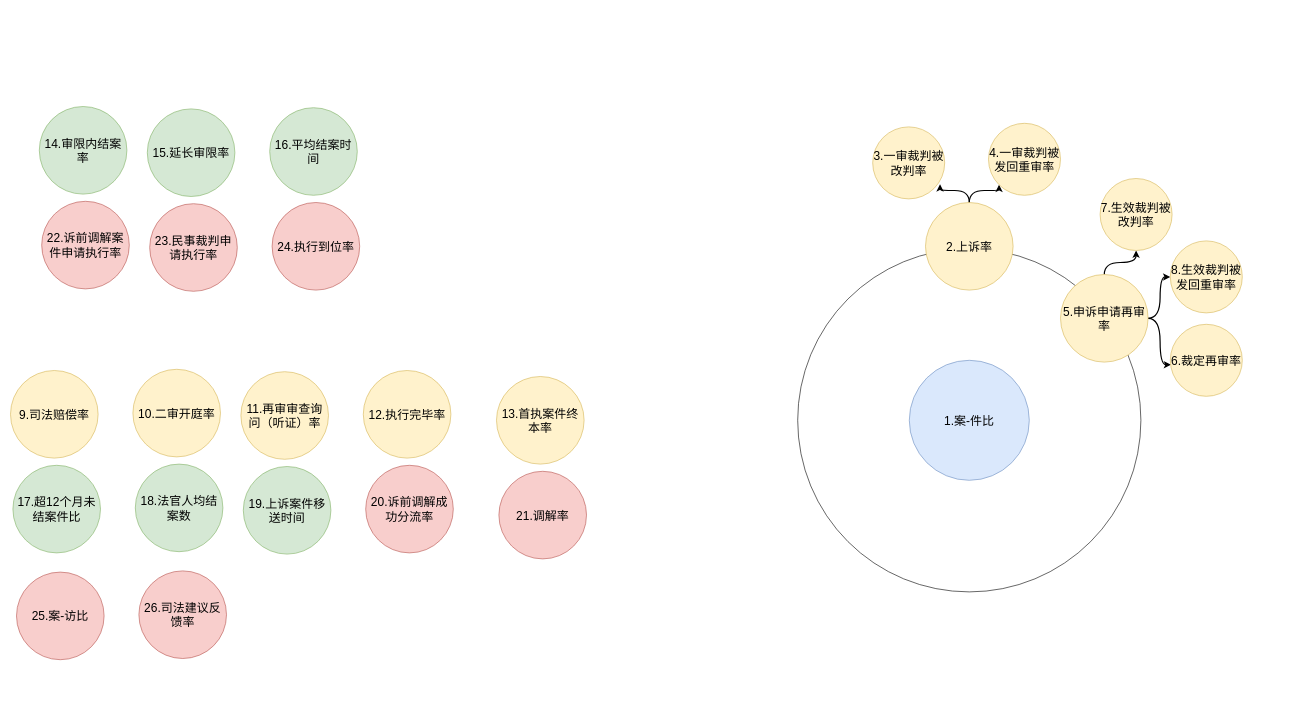
iceman-wzg/myfirst keeps this draw.io diagram as 26项指标关系图.drawio. Above is the earlier version. Source tidied: cells renumbered, new cells numbered last; positions are measured from the earlier drawing's top-left corner, leaving out a move shared by most shapes. Both pictures are drawn from the tidied source at 60%, with x=0, y=0 at pixel (10, 106).
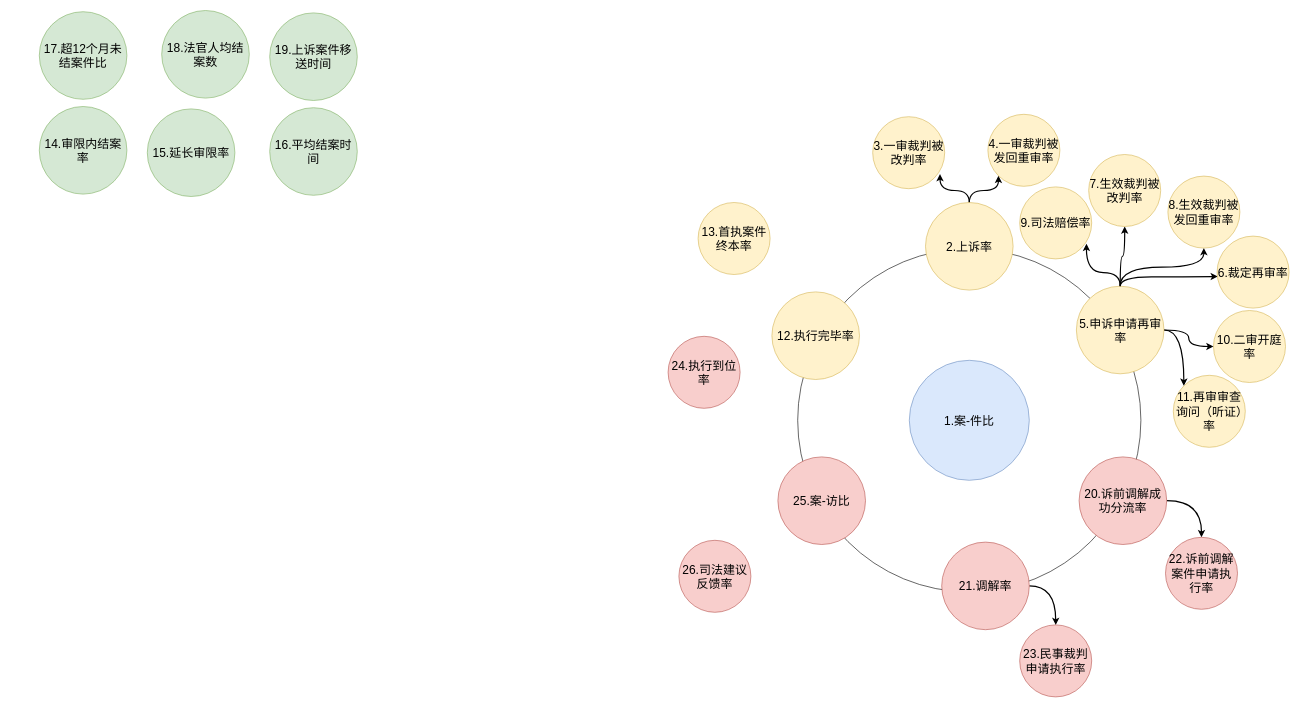
After the change.

Commit message (it also covers changes not shown here):
更新26项指标关系图.drawio

Change to the diagram source:
```diff
@@
     <mxCell id="3" value="9.司法赔偿率" style="ellipse;whiteSpace=wrap;html=1;fontSize=20;fillColor=#fff2cc;strokeColor=#d6b656;" parent="1" vertex="1">
-      <mxGeometry y="440" width="146" height="146" as="geometry" />
+      <mxGeometry x="1682" y="134" width="120" height="120" as="geometry" />
     </mxCell>
@@
     <mxCell id="5" value="10.二审开庭率" style="ellipse;whiteSpace=wrap;html=1;fontSize=20;fillColor=#fff2cc;strokeColor=#d6b656;" parent="1" vertex="1">
-      <mxGeometry x="204" y="438" width="146" height="146" as="geometry" />
+      <mxGeometry x="2005" y="340" width="120" height="120" as="geometry" />
     </mxCell>
@@
     <mxCell id="9" value="11.再审审查询问（听证）率" style="ellipse;whiteSpace=wrap;html=1;fontSize=20;fillColor=#fff2cc;strokeColor=#d6b656;" parent="1" vertex="1">
-      <mxGeometry x="384" y="442" width="146" height="146" as="geometry" />
+      <mxGeometry x="1938" y="448" width="120" height="120" as="geometry" />
     </mxCell>
     <mxCell id="10" value="3.一审裁判被改判率" style="ellipse;whiteSpace=wrap;html=1;fontSize=20;fillColor=#fff2cc;strokeColor=#d6b656;" parent="1" vertex="1">
-      <mxGeometry x="1437" y="34" width="120" height="120" as="geometry" />
+      <mxGeometry x="1437" y="17" width="120" height="120" as="geometry" />
     </mxCell>
     <mxCell id="11" value="12.执行完毕率" style="ellipse;whiteSpace=wrap;html=1;fontSize=20;fillColor=#fff2cc;strokeColor=#d6b656;" parent="1" vertex="1">
-      <mxGeometry x="588" y="440" width="146" height="146" as="geometry" />
+      <mxGeometry x="1269" y="309" width="146" height="146" as="geometry" />
     </mxCell>
     <mxCell id="12" value="4.一审裁判被发回重审率" style="ellipse;whiteSpace=wrap;html=1;fontSize=20;fillColor=#fff2cc;strokeColor=#d6b656;" parent="1" vertex="1">
-      <mxGeometry x="1630" y="28" width="120" height="120" as="geometry" />
+      <mxGeometry x="1629" y="13" width="120" height="120" as="geometry" />
     </mxCell>
     <mxCell id="13" value="25.案-访比" style="ellipse;whiteSpace=wrap;html=1;fontSize=20;fillColor=#f8cecc;strokeColor=#b85450;" parent="1" vertex="1">
-      <mxGeometry x="10" y="776" width="146" height="146" as="geometry" />
+      <mxGeometry x="1279" y="584" width="146" height="146" as="geometry" />
     </mxCell>
     <mxCell id="14" value="17.超12个月未结案件比" style="ellipse;whiteSpace=wrap;html=1;fontSize=20;fillColor=#d5e8d4;strokeColor=#82b366;" parent="1" vertex="1">
-      <mxGeometry x="4" y="598" width="146" height="146" as="geometry" />
+      <mxGeometry x="48" y="-158" width="146" height="146" as="geometry" />
     </mxCell>
     <mxCell id="15" value="26.司法建议反馈率" style="ellipse;whiteSpace=wrap;html=1;fontSize=20;fillColor=#f8cecc;strokeColor=#b85450;" parent="1" vertex="1">
-      <mxGeometry x="214" y="774" width="146" height="146" as="geometry" />
+      <mxGeometry x="1114" y="723" width="120" height="120" as="geometry" />
     </mxCell>
     <mxCell id="16" value="18.法官人均结案数" style="ellipse;whiteSpace=wrap;html=1;fontSize=20;fillColor=#d5e8d4;strokeColor=#82b366;" parent="1" vertex="1">
-      <mxGeometry x="208" y="596" width="146" height="146" as="geometry" />
+      <mxGeometry x="252" y="-160" width="146" height="146" as="geometry" />
     </mxCell>
     <mxCell id="17" value="19.上诉案件移送时间" style="ellipse;whiteSpace=wrap;html=1;fontSize=20;fillColor=#d5e8d4;strokeColor=#82b366;" parent="1" vertex="1">
-      <mxGeometry x="388" y="600" width="146" height="146" as="geometry" />
+      <mxGeometry x="432" y="-156" width="146" height="146" as="geometry" />
     </mxCell>
+    <mxCell id="34" style="edgeStyle=orthogonalEdgeStyle;rounded=0;jettySize=auto;html=1;entryX=0.5;entryY=0;entryDx=0;entryDy=0;exitX=1;exitY=0.5;exitDx=0;exitDy=0;strokeWidth=2;curved=1;" parent="1" edge="1" source="18" target="31">
+      <mxGeometry relative="1" as="geometry" />
+    </mxCell>
     <mxCell id="18" value="20.诉前调解成功分流率" style="ellipse;whiteSpace=wrap;html=1;fontSize=20;fillColor=#f8cecc;strokeColor=#b85450;" parent="1" vertex="1">
-      <mxGeometry x="592" y="598" width="146" height="146" as="geometry" />
+      <mxGeometry x="1781" y="584" width="146" height="146" as="geometry" />
     </mxCell>
     <mxCell id="19" value="13.首执案件终本率" style="ellipse;whiteSpace=wrap;html=1;fontSize=20;fillColor=#fff2cc;strokeColor=#d6b656;" parent="1" vertex="1">
-      <mxGeometry x="810" y="450" width="146" height="146" as="geometry" />
+      <mxGeometry x="1146" y="160" width="120" height="120" as="geometry" />
     </mxCell>
@@
-    <mxCell id="21" style="edgeStyle=orthogonalEdgeStyle;rounded=0;jettySize=auto;html=1;curved=1;strokeWidth=2;entryX=0.01;entryY=0.561;entryDx=0;entryDy=0;entryPerimeter=0;" parent="1" edge="1" source="23" target="25">
-      <mxGeometry relative="1" as="geometry" />
+    <mxCell id="21" style="edgeStyle=orthogonalEdgeStyle;rounded=0;jettySize=auto;html=1;curved=1;strokeWidth=2;entryX=0.01;entryY=0.561;entryDx=0;entryDy=0;entryPerimeter=0;exitX=0.5;exitY=0;exitDx=0;exitDy=0;" parent="1" edge="1" source="23" target="25">
+      <mxGeometry relative="1" as="geometry">
+        <Array as="points">
+          <mxPoint x="1850" y="284" />
+          <mxPoint x="1954" y="284" />
+        </Array>
+      </mxGeometry>
     </mxCell>
-    <mxCell id="22" style="edgeStyle=orthogonalEdgeStyle;rounded=0;jettySize=auto;html=1;curved=1;strokeWidth=2;" parent="1" edge="1" source="23" target="29">
+    <mxCell id="22" style="edgeStyle=orthogonalEdgeStyle;rounded=0;jettySize=auto;html=1;curved=1;strokeWidth=2;exitX=0.5;exitY=0;exitDx=0;exitDy=0;" parent="1" edge="1" source="23" target="29">
       <mxGeometry relative="1" as="geometry" />
     </mxCell>
+    <mxCell id="35" style="edgeStyle=orthogonalEdgeStyle;rounded=0;jettySize=auto;html=1;entryX=0;entryY=0.5;entryDx=0;entryDy=0;strokeWidth=2;curved=1;" parent="1" edge="1" source="23" target="5">
+      <mxGeometry relative="1" as="geometry" />
+    </mxCell>
+    <mxCell id="36" style="edgeStyle=orthogonalEdgeStyle;rounded=0;jettySize=auto;html=1;entryX=0;entryY=0;entryDx=0;entryDy=0;strokeWidth=2;curved=1;" parent="1" edge="1" source="23" target="9">
+      <mxGeometry relative="1" as="geometry" />
+    </mxCell>
+    <mxCell id="24" value="14.审限内结案率" style="ellipse;whiteSpace=wrap;html=1;fontSize=20;fillColor=#d5e8d4;strokeColor=#82b366;" parent="1" vertex="1">
+      <mxGeometry x="48" width="146" height="146" as="geometry" />
+    </mxCell>
     <mxCell id="23" value="5.申诉申请再审率" style="ellipse;whiteSpace=wrap;html=1;fontSize=20;fillColor=#fff2cc;strokeColor=#d6b656;" parent="1" vertex="1">
-      <mxGeometry x="1750" y="280" width="146" height="146" as="geometry" />
+      <mxGeometry x="1776.5" y="299.5" width="146" height="146" as="geometry" />
     </mxCell>
-    <mxCell id="24" value="14.审限内结案率" style="ellipse;whiteSpace=wrap;html=1;fontSize=20;fillColor=#d5e8d4;strokeColor=#82b366;" parent="1" vertex="1">
-      <mxGeometry x="48" width="146" height="146" as="geometry" />
-    </mxCell>
     <mxCell id="25" value="6.裁定再审率" style="ellipse;whiteSpace=wrap;html=1;fontSize=20;fillColor=#fff2cc;strokeColor=#d6b656;" parent="1" vertex="1">
-      <mxGeometry x="1933" y="363" width="120" height="120" as="geometry" />
+      <mxGeometry x="2011" y="216" width="120" height="120" as="geometry" />
     </mxCell>
@@
     <mxCell id="27" value="7.生效裁判被改判率" style="ellipse;whiteSpace=wrap;html=1;fontSize=20;fillColor=#fff2cc;strokeColor=#d6b656;" parent="1" vertex="1">
-      <mxGeometry x="1816" y="120" width="120" height="120" as="geometry" />
+      <mxGeometry x="1797" y="80" width="120" height="120" as="geometry" />
     </mxCell>
@@
     <mxCell id="29" value="8.生效裁判被发回重审率" style="ellipse;whiteSpace=wrap;html=1;fontSize=20;fillColor=#fff2cc;strokeColor=#d6b656;" parent="1" vertex="1">
-      <mxGeometry x="1933" y="224" width="120" height="120" as="geometry" />
+      <mxGeometry x="1929" y="116" width="120" height="120" as="geometry" />
     </mxCell>
+    <mxCell id="37" style="edgeStyle=orthogonalEdgeStyle;rounded=0;jettySize=auto;html=1;strokeWidth=2;curved=1;exitX=1;exitY=0.5;exitDx=0;exitDy=0;" parent="1" edge="1" source="30" target="32">
+      <mxGeometry relative="1" as="geometry" />
+    </mxCell>
     <mxCell id="30" value="21.调解率" style="ellipse;whiteSpace=wrap;html=1;fontSize=20;fillColor=#f8cecc;strokeColor=#b85450;" parent="1" vertex="1">
-      <mxGeometry x="814" y="608" width="146" height="146" as="geometry" />
+      <mxGeometry x="1552" y="726" width="146" height="146" as="geometry" />
     </mxCell>
     <mxCell id="31" value="22.诉前调解案件申请执行率" style="ellipse;whiteSpace=wrap;html=1;fontSize=20;fillColor=#f8cecc;strokeColor=#b85450;" parent="1" vertex="1">
-      <mxGeometry x="52" y="158" width="146" height="146" as="geometry" />
+      <mxGeometry x="1925" y="718" width="120" height="120" as="geometry" />
     </mxCell>
     <mxCell id="32" value="23.民事裁判申请执行率" style="ellipse;whiteSpace=wrap;html=1;fontSize=20;fillColor=#f8cecc;strokeColor=#b85450;" parent="1" vertex="1">
-      <mxGeometry x="232" y="162" width="146" height="146" as="geometry" />
+      <mxGeometry x="1682" y="864" width="120" height="120" as="geometry" />
     </mxCell>
     <mxCell id="33" value="24.执行到位率" style="ellipse;whiteSpace=wrap;html=1;fontSize=20;fillColor=#f8cecc;strokeColor=#b85450;" parent="1" vertex="1">
-      <mxGeometry x="436" y="160" width="146" height="146" as="geometry" />
+      <mxGeometry x="1096" y="383" width="120" height="120" as="geometry" />
     </mxCell>
+    <mxCell id="38" style="edgeStyle=orthogonalEdgeStyle;rounded=0;jettySize=auto;html=1;entryX=0.927;entryY=0.789;entryDx=0;entryDy=0;entryPerimeter=0;strokeWidth=2;curved=1;" parent="1" edge="1" source="23" target="3">
+      <mxGeometry relative="1" as="geometry" />
+    </mxCell>
```
